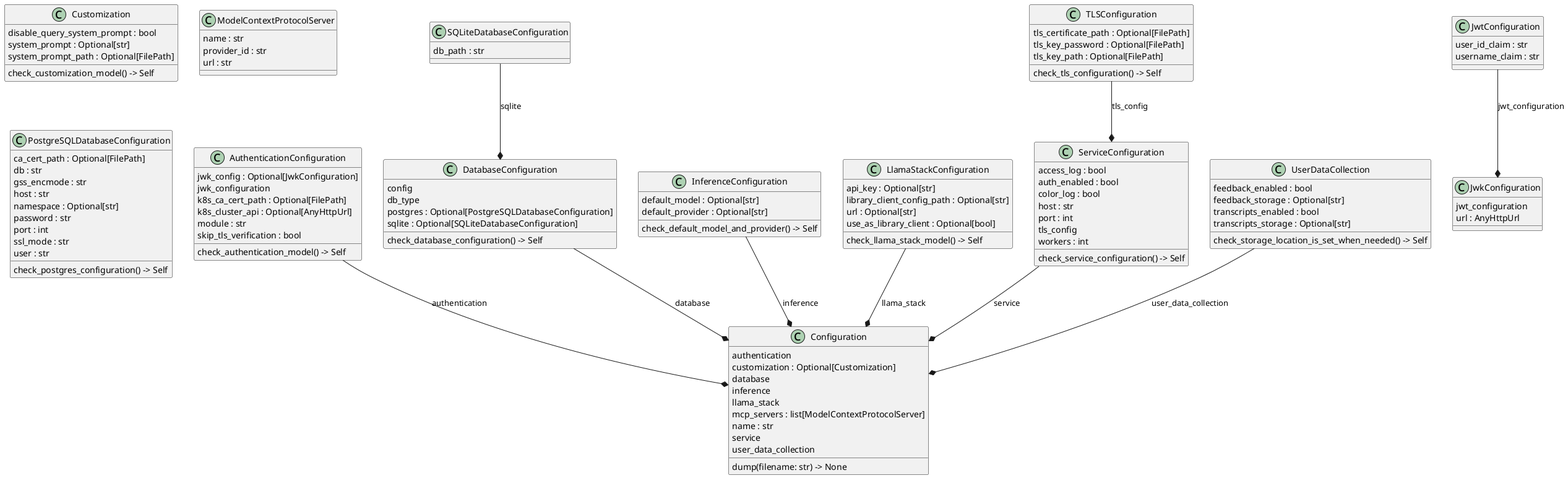
Before: docs/config.png, a diagram exported from PlantUML (zszabo-rh/lightspeed-stack).
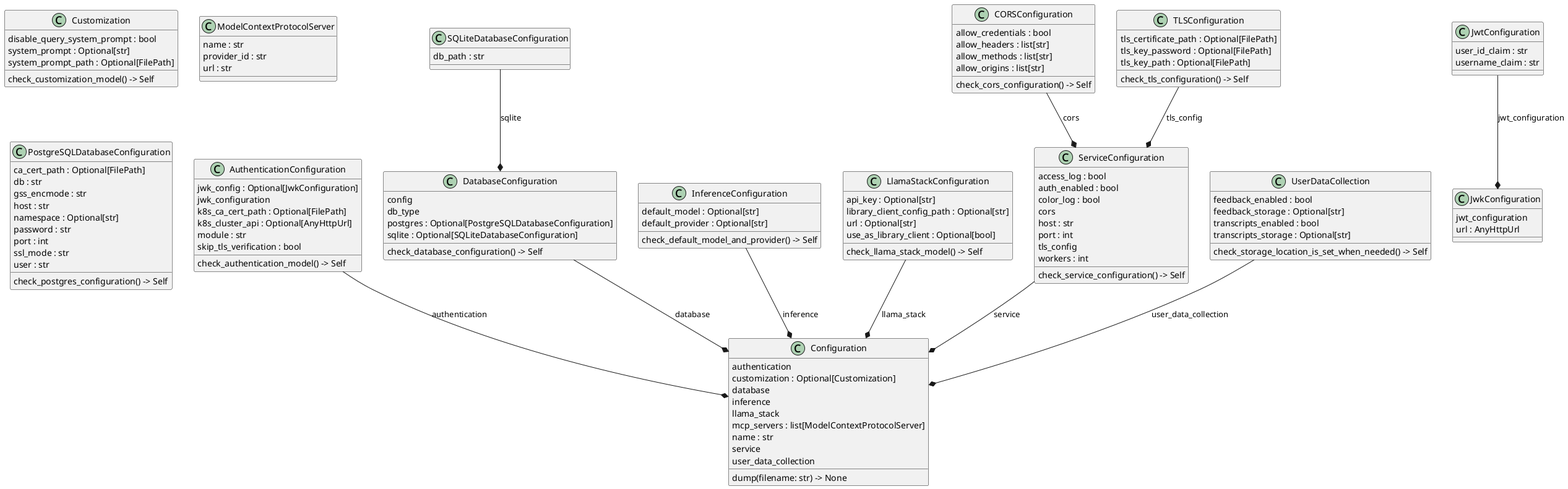
Later version of the same file.

Commit message:
Updated configuration accordingly

The edit, as a diff of the source:
```diff
@@ -8,6 +8,13 @@
   module : str
   skip_tls_verification : bool
   check_authentication_model() -> Self
+}
+class "CORSConfiguration" as src.models.config.CORSConfiguration {
+  allow_credentials : bool
+  allow_headers : list[str]
+  allow_methods : list[str]
+  allow_origins : list[str]
+  check_cors_configuration() -> Self
 }
 class "Configuration" as src.models.config.Configuration {
   authentication
@@ -78,6 +85,7 @@
   access_log : bool
   auth_enabled : bool
   color_log : bool
+  cors
   host : str
   port : int
   tls_config
@@ -98,6 +106,7 @@
   check_storage_location_is_set_when_needed() -> Self
 }
 src.models.config.AuthenticationConfiguration --* src.models.config.Configuration : authentication
+src.models.config.CORSConfiguration --* src.models.config.ServiceConfiguration : cors
 src.models.config.DatabaseConfiguration --* src.models.config.Configuration : database
 src.models.config.InferenceConfiguration --* src.models.config.Configuration : inference
 src.models.config.JwtConfiguration --* src.models.config.JwkConfiguration : jwt_configuration
```
